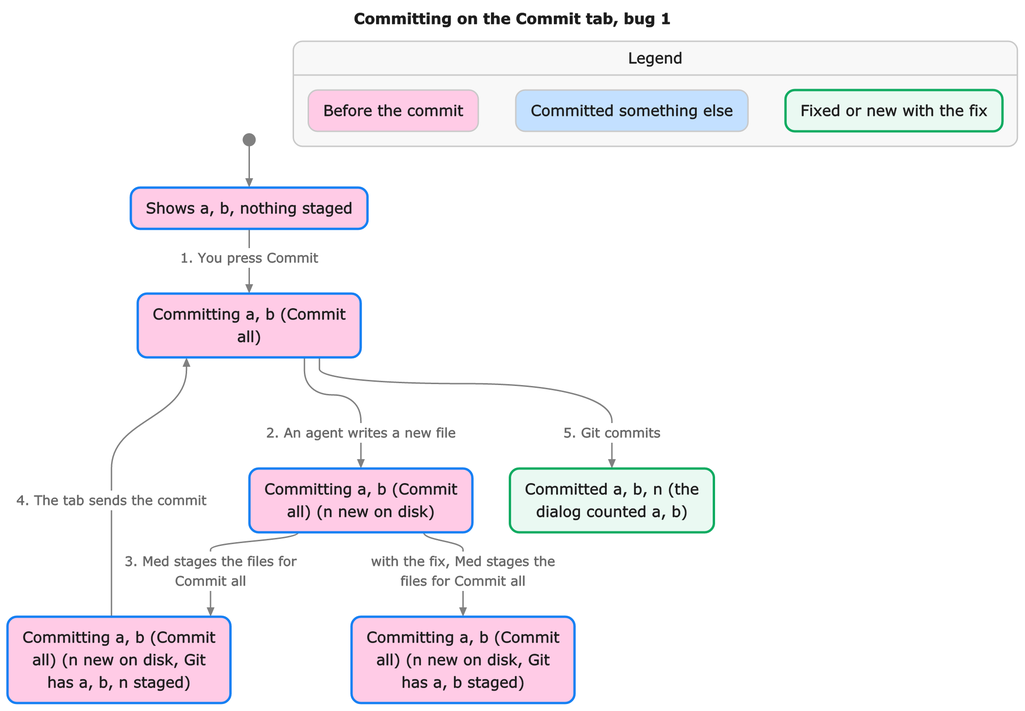
Earlier version of the Mermaid export apps/med/docs/statecharts/CommitTab-statechart/bug-1.png (zsh-eng/workbench). Its source is kept beside it as apps/med/docs/statecharts/CommitTab-statechart/bug-1.mmd. Its diagram source:
```mermaid
---
title: "Committing on the Commit tab, bug 1"
config:
  markdownAutoWrap: false
  state:
    useMaxWidth: false
---
stateDiagram-v2
  classDef plainFixed fill:#f4f6f7,stroke:#1e8449,stroke-width:4px,color:#145a32
  classDef group0 fill:#e8eef7,stroke:#74777c,color:#1b2631
  classDef group0Path fill:#e8eef7,stroke:#1f3a93,stroke-width:4px,color:#1b2631
  classDef group2 fill:#d6eaf8,stroke:#6b757c,color:#1b2631
  classDef group2Fixed fill:#d6eaf8,stroke:#1e8449,stroke-width:4px,color:#145a32
  state "Legend" as legend {
    state "Before the commit" as legendGroup0
    state "Committed something else" as legendGroup2
    state "Fixed or new with the fix" as legendFixed
  }
  class legendGroup0 group0
  class legendGroup2 group2
  class legendFixed plainFixed
  state "Committed a, b, n (the<br/>dialog counted a, b)" as s0
  state "Committing a, b (Commit<br/>all)" as s1
  state "Committing a, b (Commit<br/>all) (n new on disk)" as s2
  state "Committing a, b (Commit<br/>all) (n new on disk, Git<br/>has a, b staged)" as s3
  state "Committing a, b (Commit<br/>all) (n new on disk, Git<br/>has a, b, n staged)" as s4
  state "Shows a, b, nothing staged" as s5
  [*] --> s5
  s5 --> s1 : 1. You press Commit
  s1 --> s2 : 2. An agent writes a new file
  s2 --> s4 : 3. Med stages the files for<br/>Commit all
  s4 --> s1 : 4. The tab sends the commit
  s1 --> s0 : 5. Git commits
  s2 --> s3 : with the fix, Med stages the<br/>files for Commit all
  class s0 group2Fixed
  class s1 group0Path
  class s2 group0Path
  class s3 group0Path
  class s4 group0Path
  class s5 group0Path
```
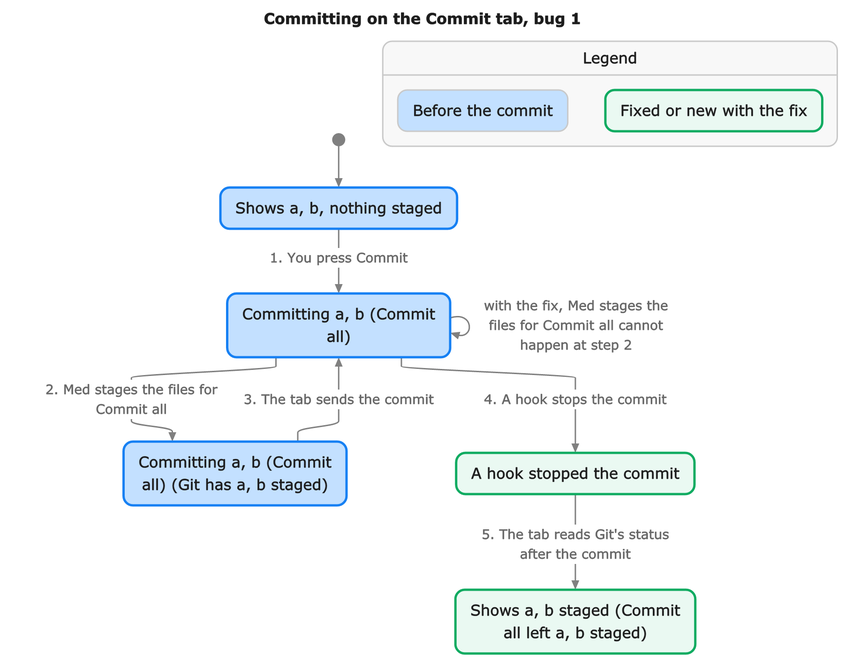
The same diagram one commit later.

What changed in the source:
```diff
@@ -8,33 +8,28 @@
 stateDiagram-v2
   classDef plainFixed fill:#f4f6f7,stroke:#1e8449,stroke-width:4px,color:#145a32
   classDef group0 fill:#e8eef7,stroke:#74777c,color:#1b2631
+  classDef group0Fixed fill:#e8eef7,stroke:#1e8449,stroke-width:4px,color:#145a32
   classDef group0Path fill:#e8eef7,stroke:#1f3a93,stroke-width:4px,color:#1b2631
-  classDef group2 fill:#d6eaf8,stroke:#6b757c,color:#1b2631
-  classDef group2Fixed fill:#d6eaf8,stroke:#1e8449,stroke-width:4px,color:#145a32
   state "Legend" as legend {
     state "Before the commit" as legendGroup0
-    state "Committed something else" as legendGroup2
     state "Fixed or new with the fix" as legendFixed
   }
   class legendGroup0 group0
-  class legendGroup2 group2
   class legendFixed plainFixed
-  state "Committed a, b, n (the<br/>dialog counted a, b)" as s0
+  state "A hook stopped the commit" as s0
   state "Committing a, b (Commit<br/>all)" as s1
-  state "Committing a, b (Commit<br/>all) (n new on disk)" as s2
-  state "Committing a, b (Commit<br/>all) (n new on disk, Git<br/>has a, b staged)" as s3
-  state "Committing a, b (Commit<br/>all) (n new on disk, Git<br/>has a, b, n staged)" as s4
-  state "Shows a, b, nothing staged" as s5
-  [*] --> s5
-  s5 --> s1 : 1. You press Commit
-  s1 --> s2 : 2. An agent writes a new file
-  s2 --> s4 : 3. Med stages the files for<br/>Commit all
-  s4 --> s1 : 4. The tab sends the commit
-  s1 --> s0 : 5. Git commits
-  s2 --> s3 : with the fix, Med stages the<br/>files for Commit all
-  class s0 group2Fixed
+  state "Committing a, b (Commit<br/>all) (Git has a, b staged)" as s2
+  state "Shows a, b staged (Commit<br/>all left a, b staged)" as s3
+  state "Shows a, b, nothing staged" as s4
+  [*] --> s4
+  s4 --> s1 : 1. You press Commit
+  s1 --> s2 : 2. Med stages the files for<br/>Commit all
+  s2 --> s1 : 3. The tab sends the commit
+  s1 --> s0 : 4. A hook stops the commit
+  s0 --> s3 : 5. The tab reads Git's status<br/>after the commit
+  s1 --> s1 : with the fix, Med stages the<br/>files for Commit all cannot<br/>happen at step 2
+  class s0 group0Fixed
   class s1 group0Path
   class s2 group0Path
-  class s3 group0Path
+  class s3 group0Fixed
   class s4 group0Path
-  class s5 group0Path
```
